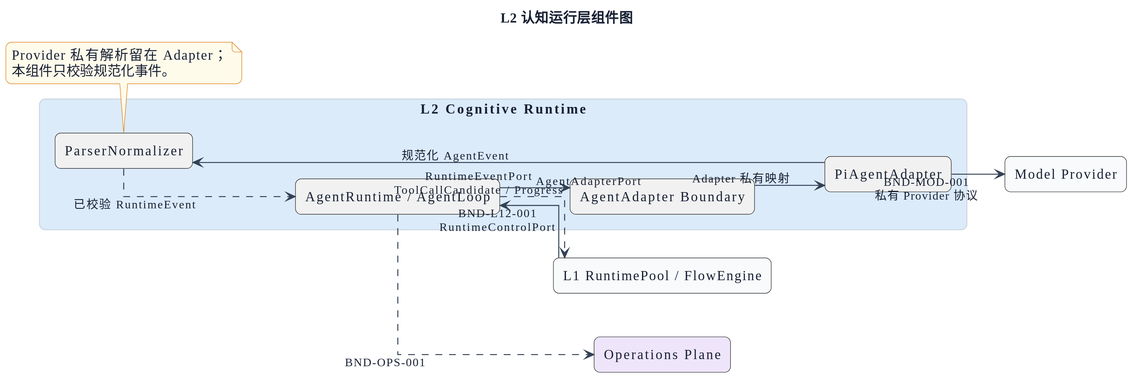
OscarChang46/pi keeps this PlantUML diagram as packages/lawclaw-agent-kernel/docs/design/diagrams/rendered/layers/02-l2-cognitive-components.svg. Above is the earlier version.
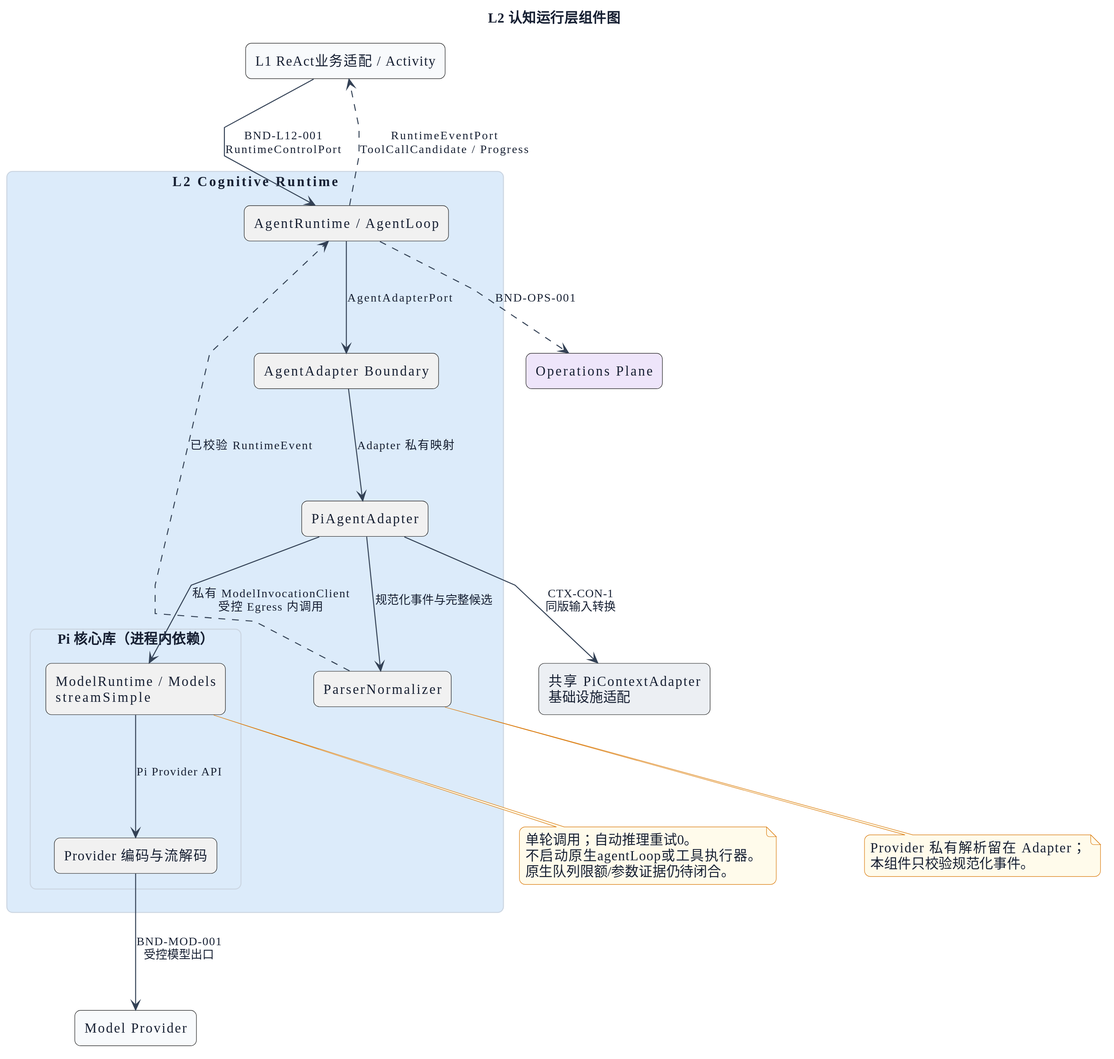
Later version of the same file.

What changed in the source:
```diff
@@ -1,23 +1,34 @@
 @startuml
 !include ../theme.puml
 title L2 认知运行层组件图
-left to right direction
+top to bottom direction
+skinparam linetype polyline
+skinparam nodesep 90
+skinparam ranksep 100
 
-rectangle "L1 RuntimePool / FlowEngine" as L1 LC_EXTERNAL
+rectangle "L1 ReAct业务适配 / Activity" as L1 LC_EXTERNAL
 package "L2 Cognitive Runtime" LC_KERNEL {
   component "AgentRuntime / AgentLoop" as LOOP
   component "ParserNormalizer" as PARSER
   component "AgentAdapter Boundary" as ADAPTER_BOUNDARY
   component "PiAgentAdapter" as PI
+  package "Pi 核心库（进程内依赖）" {
+    component "ModelRuntime / Models\nstreamSimple" as SDK
+    component "Provider 编码与流解码" as CODEC
+  }
 }
+rectangle "共享 PiContextAdapter\n基础设施适配" as CTX LC_INFRASTRUCTURE
 rectangle "Model Provider" as MODEL LC_EXTERNAL
 rectangle "Operations Plane" as OPS LC_OPERATIONS
 
 L1 --> LOOP : BND-L12-001\nRuntimeControlPort
 LOOP --> ADAPTER_BOUNDARY : AgentAdapterPort
 ADAPTER_BOUNDARY --> PI : Adapter 私有映射
-PI --> MODEL : BND-MOD-001\n私有 Provider 协议
-PI --> PARSER : 规范化 AgentEvent
+PI --> CTX : CTX-CON-1\n同版输入转换
+PI --> SDK : 私有 ModelInvocationClient\n受控 Egress 内调用
+SDK --> CODEC : Pi Provider API
+CODEC --> MODEL : BND-MOD-001\n受控模型出口
+PI --> PARSER : 规范化事件与完整候选
 PARSER ..> LOOP : 已校验 RuntimeEvent
 LOOP ..> L1 : RuntimeEventPort\nToolCallCandidate / Progress
 LOOP ..> OPS : BND-OPS-001
@@ -26,4 +37,9 @@
   Provider 私有解析留在 Adapter；
   本组件只校验规范化事件。
 end note
+note bottom of SDK
+  单轮调用；自动推理重试0。
+  不启动原生agentLoop或工具执行器。
+  原生队列限额/参数证据仍待闭合。
+end note
 @enduml
```
